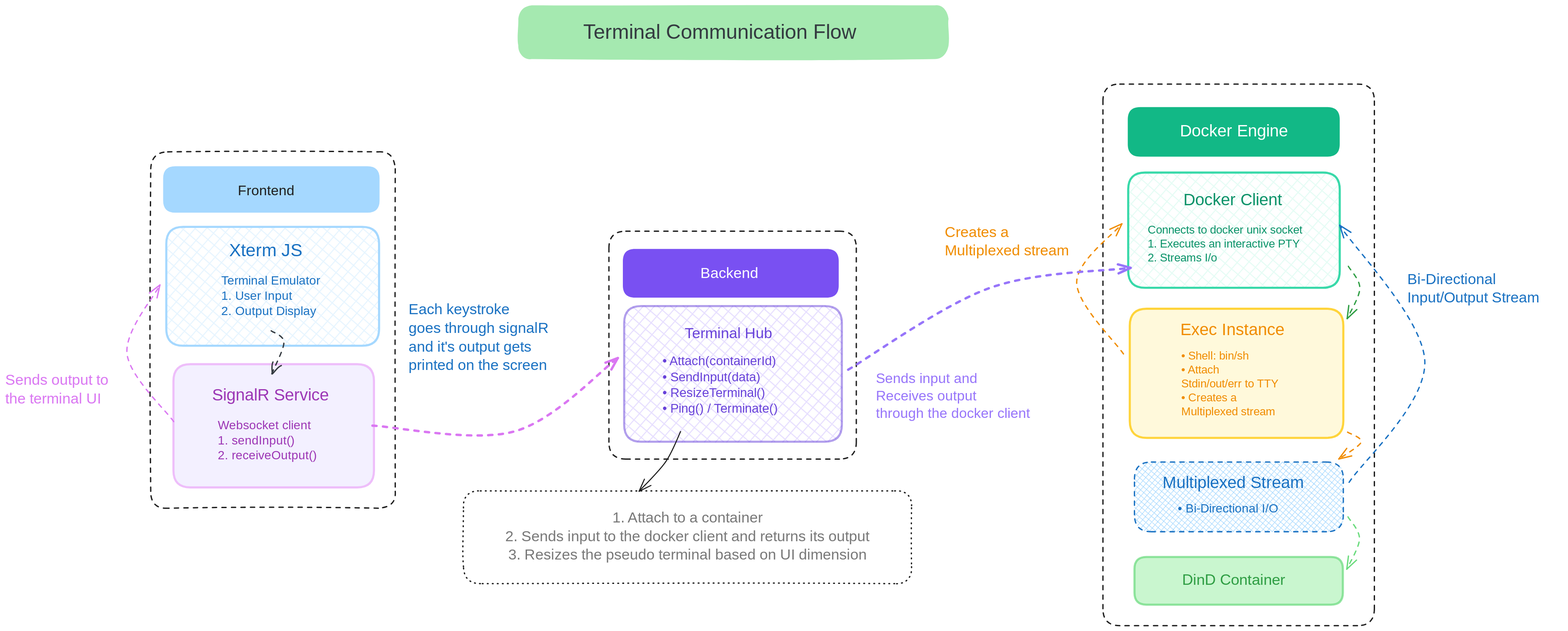
hishaam08/dock8s-fe keeps this Excalidraw diagram as public/terminal-communication.svg. Above is the earlier version. Source tidied: one line per element, renumbered; positions are measured from the earlier drawing's top-left corner, leaving out a move shared by most shapes. The source it was exported from:
```json
{"id": 0, "type": "rectangle", "strokeColor": "#1e1e1e", "strokeWidth": 2, "strokeStyle": "dashed", "roughness": 0, "round": true, "x": 2078, "y": 149, "width": 514, "height": 1025}
{"id": 1, "type": "rectangle", "strokeColor": "#1e1e1e", "strokeWidth": 2, "strokeStyle": "dashed", "roughness": 0, "round": true, "x": 1143, "y": 427, "width": 468, "height": 431}
{"id": 2, "type": "rectangle", "strokeColor": "#6741d9", "backgroundColor": "#d0bfff", "fillStyle": "cross-hatch", "strokeWidth": 4, "roughness": 0, "opacity": 50, "round": true, "x": 1171, "y": 569, "width": 412, "height": 257}
{"id": 3, "type": "rectangle", "strokeColor": "#eebefa", "backgroundColor": "#f3f0ff", "fillStyle": "solid", "strokeWidth": 4, "roughness": 0, "round": true, "x": 318, "y": 679, "width": 380, "height": 233}
{"id": 4, "type": "rectangle", "strokeColor": "#1e1e1e", "strokeWidth": 2, "strokeStyle": "dashed", "roughness": 1, "round": true, "x": 275, "y": 277, "width": 463, "height": 674}
{"id": 5, "type": "rectangle", "strokeColor": "#a5d8ff", "backgroundColor": "#a5d8ff", "fillStyle": "solid", "strokeWidth": 4, "roughness": 0, "round": true, "x": 301, "y": 306, "width": 406, "height": 84}
{"id": 6, "type": "text", "text": "Frontend", "strokeColor": "#1e1e1e", "backgroundColor": "#a5d8ff", "fillStyle": "solid", "strokeWidth": 2, "roughness": 1, "fontSize": 26.55, "fontFamily": 5, "x": 440, "y": 336, "width": 117, "height": 33}
{"id": 7, "type": "rectangle", "strokeColor": "#a5d8ff", "backgroundColor": "#e7f5ff", "fillStyle": "cross-hatch", "strokeWidth": 4, "roughness": 0, "round": true, "x": 305, "y": 419, "width": 403, "height": 225}
{"id": 8, "type": "rectangle", "strokeColor": "#69db7c", "backgroundColor": "#b2f2bb", "fillStyle": "solid", "strokeWidth": 4, "roughness": 0, "opacity": 70, "round": true, "x": 2137, "y": 1044, "width": 394, "height": 90}
{"id": 9, "type": "text", "text": "Xterm JS", "strokeColor": "#1971c2", "backgroundColor": "#e7f5ff", "fillStyle": "solid", "strokeWidth": 4, "roughness": 0, "fontSize": 33.58, "fontFamily": 5, "x": 423, "y": 445, "width": 147, "height": 42}
{"id": 10, "type": "text", "text": "DinD Container", "strokeColor": "#2f9e44", "backgroundColor": "#e7f5ff", "fillStyle": "solid", "strokeWidth": 4, "roughness": 0, "fontSize": 28.65, "fontFamily": 5, "x": 2228, "y": 1071, "width": 210, "height": 36}
{"id": 11, "type": "text", "text": "Terminal Emulator\n1. User Input\n2. Output Display\n", "strokeColor": "#1971c2", "backgroundColor": "#e7f5ff", "fillStyle": "solid", "strokeWidth": 4, "roughness": 0, "fontSize": 23.15, "fontFamily": 5, "x": 409, "y": 508, "width": 202, "height": 116}
{"id": 12, "type": "text", "text": "SignalR Service", "strokeColor": "#9c36b5", "backgroundColor": "#f3f0ff", "fillStyle": "solid", "strokeWidth": 4, "roughness": 0, "fontSize": 31.19, "fontFamily": 5, "textAlign": "center", "x": 389, "y": 720, "width": 227, "height": 39}
{"id": 13, "type": "text", "text": "Websocket client\n1. sendInput()\n2. receiveOutput()", "strokeColor": "#9c36b5", "backgroundColor": "#f3f0ff", "fillStyle": "solid", "strokeWidth": 4, "roughness": 0, "fontSize": 22.77, "fontFamily": 5, "x": 402, "y": 782, "width": 205, "height": 85}
{"id": 14, "type": "rectangle", "strokeColor": "transparent", "backgroundColor": "#7950f2", "fillStyle": "solid", "strokeWidth": 2, "roughness": 0, "round": true, "x": 1169, "y": 461, "width": 409, "height": 92}
{"id": 15, "type": "rectangle", "strokeColor": "transparent", "backgroundColor": "#12b886", "fillStyle": "solid", "strokeWidth": 2, "roughness": 0, "round": true, "x": 2125, "y": 192, "width": 401, "height": 94}
{"id": 16, "type": "text", "text": "Backend\n", "strokeColor": "#ffffff", "backgroundColor": "#7950f2", "fillStyle": "solid", "strokeWidth": 2, "roughness": 0, "fontSize": 28, "fontFamily": 5, "textAlign": "center", "x": 1314, "y": 491, "width": 113, "height": 70}
{"id": 17, "type": "text", "text": "Docker Engine", "strokeColor": "#ffffff", "backgroundColor": "#7950f2", "fillStyle": "solid", "strokeWidth": 2, "roughness": 0, "fontSize": 31.17, "fontFamily": 5, "textAlign": "center", "x": 2219, "y": 220, "width": 214, "height": 39}
{"id": 18, "type": "text", "text": "Terminal Hub", "strokeColor": "#6741d9", "backgroundColor": "#7950f2", "fillStyle": "solid", "strokeWidth": 2, "roughness": 0, "fontSize": 28, "fontFamily": 5, "x": 1286, "y": 605, "width": 169, "height": 35}
{"id": 19, "type": "text", "text": "\n• Attach(containerId)\n• SendInput(data)\n• ResizeTerminal()\n• Ping() / Terminate()", "strokeColor": "#6741d9", "backgroundColor": "#7950f2", "fillStyle": "solid", "strokeWidth": 2, "roughness": 0, "fontSize": 24.05, "fontFamily": 5, "x": 1244, "y": 630, "width": 269, "height": 150}
{"id": 20, "type": "arrow", "strokeColor": "transparent", "backgroundColor": "#12b886", "fillStyle": "cross-hatch", "strokeWidth": 2, "strokeStyle": "dashed", "roughness": 0, "endArrowhead": "arrow", "round": true, "from": 7, "to": 3, "x": 473, "y": 656, "width": 10, "height": 11, "points": [[0, 0], [10, 11]]}
{"id": 21, "type": "arrow", "strokeColor": "#343a40", "backgroundColor": "#12b886", "fillStyle": "cross-hatch", "strokeWidth": 2, "strokeStyle": "dashed", "roughness": 2, "endArrowhead": "arrow", "round": true, "x": 504, "y": 614, "width": 21, "height": 85, "points": [[0, 0], [21, 26], [1, 85]]}
{"id": 22, "type": "rectangle", "strokeColor": "#38d9a9", "backgroundColor": "#e6fcf5", "fillStyle": "cross-hatch", "strokeWidth": 4, "roughness": 0, "round": true, "x": 2125, "y": 316, "width": 400, "height": 218}
{"id": 23, "type": "text", "text": "Docker Client", "strokeColor": "#099268", "backgroundColor": "#e6fcf5", "fillStyle": "solid", "strokeWidth": 4, "roughness": 0, "fontSize": 31.17, "fontFamily": 5, "x": 2230, "y": 350, "width": 202, "height": 39}
{"id": 24, "type": "text", "text": "Connects to docker unix socket\n1. Executes an interactive PTY\n2. Streams I/o", "strokeColor": "#099268", "backgroundColor": "#d0bfff", "fillStyle": "solid", "strokeWidth": 4, "roughness": 0, "fontSize": 21.18, "fontFamily": 5, "x": 2162, "y": 413, "width": 329, "height": 79}
{"id": 25, "type": "rectangle", "strokeColor": "#ffd43b", "backgroundColor": "#fff9db", "fillStyle": "solid", "strokeWidth": 4, "roughness": 0, "round": true, "x": 2128, "y": 574, "width": 404, "height": 244}
{"id": 26, "type": "text", "text": "Exec Instance", "strokeColor": "#f08c00", "backgroundColor": "#e6fcf5", "fillStyle": "solid", "strokeWidth": 4, "roughness": 0, "fontSize": 31.17, "fontFamily": 5, "x": 2224, "y": 596, "width": 220, "height": 39}
{"id": 27, "type": "text", "text": "\n• Shell: bin/sh\n• Attach\nStdin/out/err to TTY\n• Creates a\nMultiplexed stream", "strokeColor": "#f08c00", "backgroundColor": "#7950f2", "fillStyle": "solid", "strokeWidth": 2, "roughness": 0, "fontSize": 21.04, "fontFamily": 5, "x": 2226, "y": 625, "width": 235, "height": 158}
{"id": 28, "type": "rectangle", "strokeColor": "#1971c2", "backgroundColor": "#a5d8ff", "fillStyle": "cross-hatch", "strokeWidth": 2, "strokeStyle": "dashed", "roughness": 0, "round": true, "x": 2137, "y": 864, "width": 395, "height": 132}
{"id": 29, "type": "text", "text": "Multiplexed Stream", "strokeColor": "#1971c2", "backgroundColor": "#e6fcf5", "fillStyle": "solid", "strokeWidth": 4, "roughness": 0, "fontSize": 31.17, "fontFamily": 5, "x": 2190, "y": 886, "width": 284, "height": 39}
{"id": 30, "type": "text", "text": "\n• Bi-Directional I/O", "strokeColor": "#1971c2", "backgroundColor": "#7950f2", "fillStyle": "solid", "strokeWidth": 2, "roughness": 0, "fontSize": 22.82, "fontFamily": 5, "x": 2219, "y": 911, "width": 255, "height": 57}
{"id": 31, "type": "arrow", "strokeColor": "#f08c00", "backgroundColor": "#a5d8ff", "fillStyle": "cross-hatch", "strokeWidth": 2, "strokeStyle": "dashed", "roughness": 0, "endArrowhead": "arrow", "round": true, "from": 25, "to": 22, "x": 2116, "y": 659, "width": 89, "height": 246, "points": [[0, 0], [-89, -135], [-3, -246]]}
{"id": 32, "type": "text", "text": "Creates a\nMultiplexed stream", "strokeColor": "#f08c00", "backgroundColor": "#a5d8ff", "fillStyle": "cross-hatch", "strokeWidth": 2, "strokeStyle": "dashed", "roughness": 0, "fontSize": 28, "fontFamily": 5, "x": 1778, "y": 413, "width": 253, "height": 70}
{"id": 33, "type": "arrow", "strokeColor": "#f08c00", "backgroundColor": "#a5d8ff", "fillStyle": "cross-hatch", "strokeWidth": 2, "strokeStyle": "dashed", "roughness": 0, "endArrowhead": "arrow", "round": true, "from": 25, "to": 28, "x": 2541, "y": 807, "width": 42, "height": 51, "points": [[0, 0], [26, 19], [-17, 51]]}
{"id": 34, "type": "arrow", "strokeColor": "#2f9e44", "backgroundColor": "#a5d8ff", "fillStyle": "cross-hatch", "strokeWidth": 2, "strokeStyle": "dashed", "roughness": 0, "endArrowhead": "arrow", "round": true, "x": 2542, "y": 494, "width": 24, "height": 99, "points": [[0, 0], [22, 42], [-2, 99]]}
{"id": 35, "type": "arrow", "strokeColor": "#69db7c", "backgroundColor": "#a5d8ff", "fillStyle": "cross-hatch", "strokeWidth": 2, "strokeStyle": "dashed", "roughness": 0, "endArrowhead": "arrow", "round": true, "x": 2542, "y": 968, "width": 24, "height": 99, "points": [[0, 0], [22, 42], [-2, 99]]}
{"id": 36, "type": "arrow", "strokeColor": "#1971c2", "backgroundColor": "#a5d8ff", "fillStyle": "cross-hatch", "strokeWidth": 2, "strokeStyle": "dashed", "roughness": 0, "endArrowhead": "arrow", "round": true, "from": 28, "to": 22, "x": 2544, "y": 902, "width": 161, "height": 486, "points": [[0, 0], [143, -229], [-18, -486]]}
{"id": 37, "type": "text", "text": "Bi-Directional\nInput/Output Stream", "strokeColor": "#1971c2", "backgroundColor": "#a5d8ff", "fillStyle": "cross-hatch", "strokeWidth": 2, "strokeStyle": "dashed", "roughness": 0, "fontSize": 28, "fontFamily": 5, "x": 2653, "y": 502, "width": 295, "height": 70}
{"id": 38, "type": "arrow", "strokeColor": "#9775fa", "backgroundColor": "#a5d8ff", "fillStyle": "cross-hatch", "strokeWidth": 4, "strokeStyle": "dashed", "roughness": 0, "endArrowhead": "arrow", "round": true, "from": 2, "to": 22, "x": 1595, "y": 689, "width": 535, "height": 193, "points": [[0, 0], [267, -154], [535, -193]]}
{"id": 39, "type": "text", "text": "Sends input and\nReceives output\nthrough the docker client", "strokeColor": "#9775fa", "backgroundColor": "#a5d8ff", "fillStyle": "cross-hatch", "strokeWidth": 4, "strokeStyle": "dashed", "roughness": 0, "fontSize": 26.47, "fontFamily": 5, "x": 1648, "y": 691, "width": 329, "height": 99}
{"id": 40, "type": "arrow", "strokeColor": "#da77f2", "backgroundColor": "#a5d8ff", "fillStyle": "cross-hatch", "strokeWidth": 4, "strokeStyle": "dashed", "roughness": 0, "endArrowhead": "arrow", "round": true, "from": 3, "to": 2, "x": 695, "y": 795, "width": 464, "height": 139, "points": [[0, 0], [268, 11], [464, -128]]}
{"id": 41, "type": "arrow", "strokeColor": "#da77f2", "backgroundColor": "#a5d8ff", "fillStyle": "cross-hatch", "strokeWidth": 2, "strokeStyle": "dashed", "roughness": 0, "endArrowhead": "arrow", "round": true, "from": 3, "to": 7, "x": 319, "y": 787, "width": 88, "height": 258, "points": [[0, 0], [-88, -129], [-26, -258]]}
{"id": 42, "type": "text", "text": "Sends output to\nthe terminal UI", "strokeColor": "#da77f2", "backgroundColor": "#a5d8ff", "fillStyle": "cross-hatch", "strokeWidth": 2, "strokeStyle": "dashed", "roughness": 0, "fontSize": 28.17, "fontFamily": 5, "x": 0, "y": 693, "width": 229, "height": 70}
{"id": 43, "type": "text", "text": "Each keystroke\ngoes through signalR\nand it's output gets \nprinted on the screen", "strokeColor": "#1971c2", "backgroundColor": "#a5d8ff", "fillStyle": "cross-hatch", "strokeWidth": 2, "strokeStyle": "dashed", "roughness": 0, "fontSize": 28.17, "fontFamily": 5, "x": 763, "y": 560, "width": 294, "height": 141}
{"id": 44, "type": "rectangle", "strokeColor": "#1e1e1e", "strokeWidth": 2, "strokeStyle": "dotted", "roughness": 1, "round": true, "x": 867, "y": 919, "width": 848, "height": 175}
{"id": 45, "type": "text", "text": "1. Attach to a container\n2. Sends input to the docker client and returns its output\n3. Resizes the pseudo terminal based on UI dimension", "strokeColor": "#1e1e1e", "backgroundColor": "#ffc9c9", "fillStyle": "cross-hatch", "strokeWidth": 2, "strokeStyle": "dotted", "roughness": 0, "opacity": 60, "fontSize": 28, "fontFamily": 5, "textAlign": "center", "verticalAlign": "middle", "inside": 44, "x": 889, "y": 954, "width": 804, "height": 105}
{"id": 46, "type": "arrow", "strokeColor": "#1e1e1e", "strokeWidth": 2, "roughness": 0, "endArrowhead": "arrow", "round": true, "x": 1278, "y": 806, "width": 79, "height": 113, "points": [[0, 0], [-28, 57], [-79, 113]]}
{"id": 47, "type": "rectangle", "strokeColor": "transparent", "backgroundColor": "#69db7c", "fillStyle": "solid", "strokeWidth": 2, "strokeStyle": "dashed", "roughness": 1, "opacity": 60, "round": true, "x": 971, "y": 0, "width": 814, "height": 102}
{"id": 48, "type": "text", "text": "Terminal Communication Flow", "strokeColor": "#343a40", "strokeWidth": 2, "strokeStyle": "dotted", "roughness": 1, "fontSize": 38.65, "fontFamily": 5, "x": 1094, "y": 29, "width": 534, "height": 48}
```
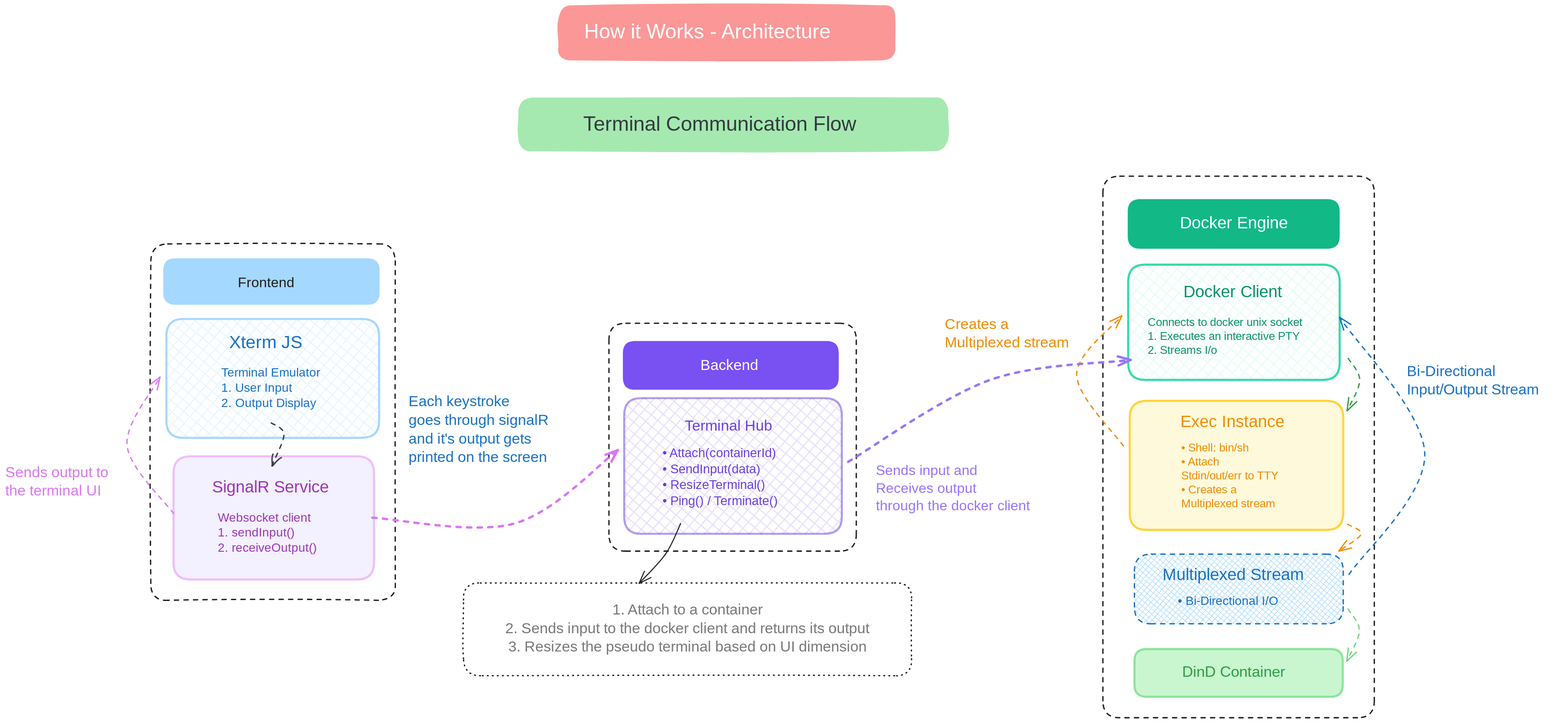
Above is the later version.

Change to the diagram source:
```diff
@@ -46,4 +46,6 @@
 {"id": 45, "type": "text", "text": "1. Attach to a container\n2. Sends input to the docker client and returns its output\n3. Resizes the pseudo terminal based on UI dimension", "strokeColor": "#1e1e1e", "backgroundColor": "#ffc9c9", "fillStyle": "cross-hatch", "strokeWidth": 2, "strokeStyle": "dotted", "roughness": 0, "opacity": 60, "fontSize": 28, "fontFamily": 5, "textAlign": "center", "verticalAlign": "middle", "inside": 44, "x": 889, "y": 954, "width": 804, "height": 105}
 {"id": 46, "type": "arrow", "strokeColor": "#1e1e1e", "strokeWidth": 2, "roughness": 0, "endArrowhead": "arrow", "round": true, "x": 1278, "y": 806, "width": 79, "height": 113, "points": [[0, 0], [-28, 57], [-79, 113]]}
 {"id": 47, "type": "rectangle", "strokeColor": "transparent", "backgroundColor": "#69db7c", "fillStyle": "solid", "strokeWidth": 2, "strokeStyle": "dashed", "roughness": 1, "opacity": 60, "round": true, "x": 971, "y": 0, "width": 814, "height": 102}
+{"id": 49, "type": "rectangle", "strokeColor": "transparent", "backgroundColor": "#fa5252", "fillStyle": "solid", "strokeWidth": 2, "strokeStyle": "dashed", "roughness": 1, "opacity": 60, "round": true, "x": 1047, "y": -174, "width": 638, "height": 104}
 {"id": 48, "type": "text", "text": "Terminal Communication Flow", "strokeColor": "#343a40", "strokeWidth": 2, "strokeStyle": "dotted", "roughness": 1, "fontSize": 38.65, "fontFamily": 5, "x": 1094, "y": 29, "width": 534, "height": 48}
+{"id": 50, "type": "text", "text": "How it Works - Architecture", "strokeColor": "#ffffff", "strokeWidth": 2, "strokeStyle": "dotted", "roughness": 1, "fontSize": 38.65, "fontFamily": 5, "x": 1096, "y": -146, "width": 523, "height": 48}
```
